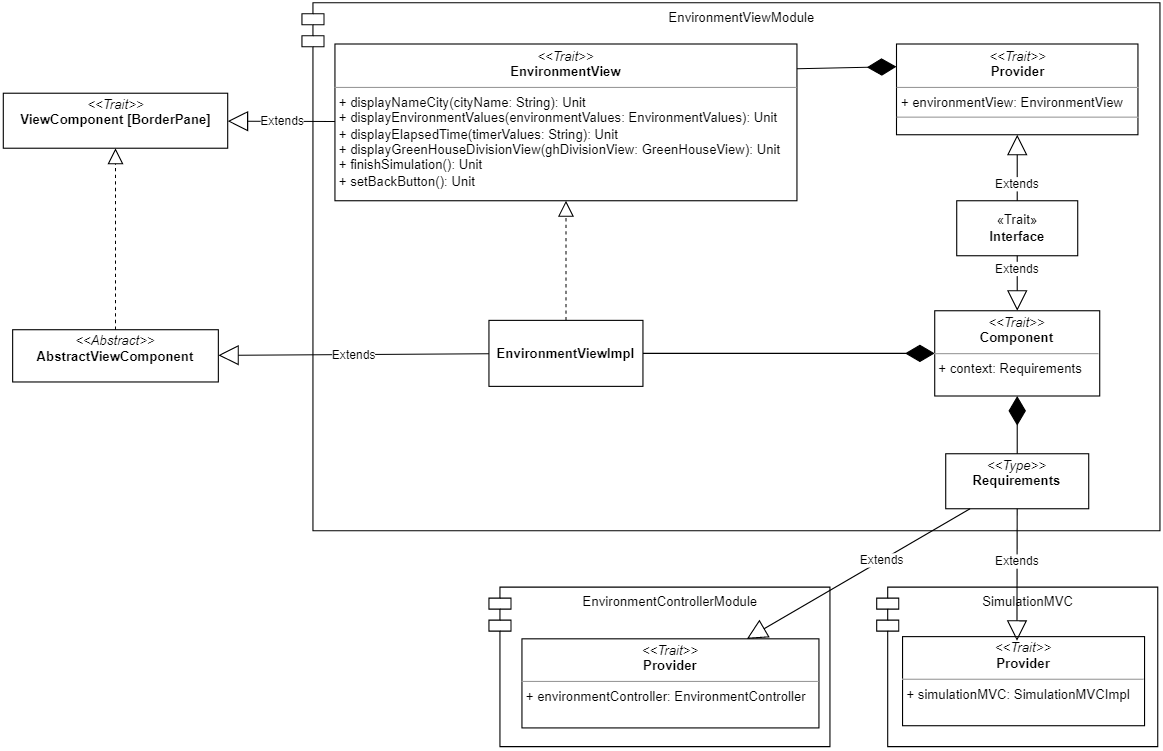
This is docs/img/environmentViewModule.png from AnnaVitali/PPS-22-smartgh, a draw.io export, as it was before one commit. Source tidied: cells renumbered, new cells last; positions are measured from the earlier drawing's top-left corner, leaving out a move shared by most shapes.
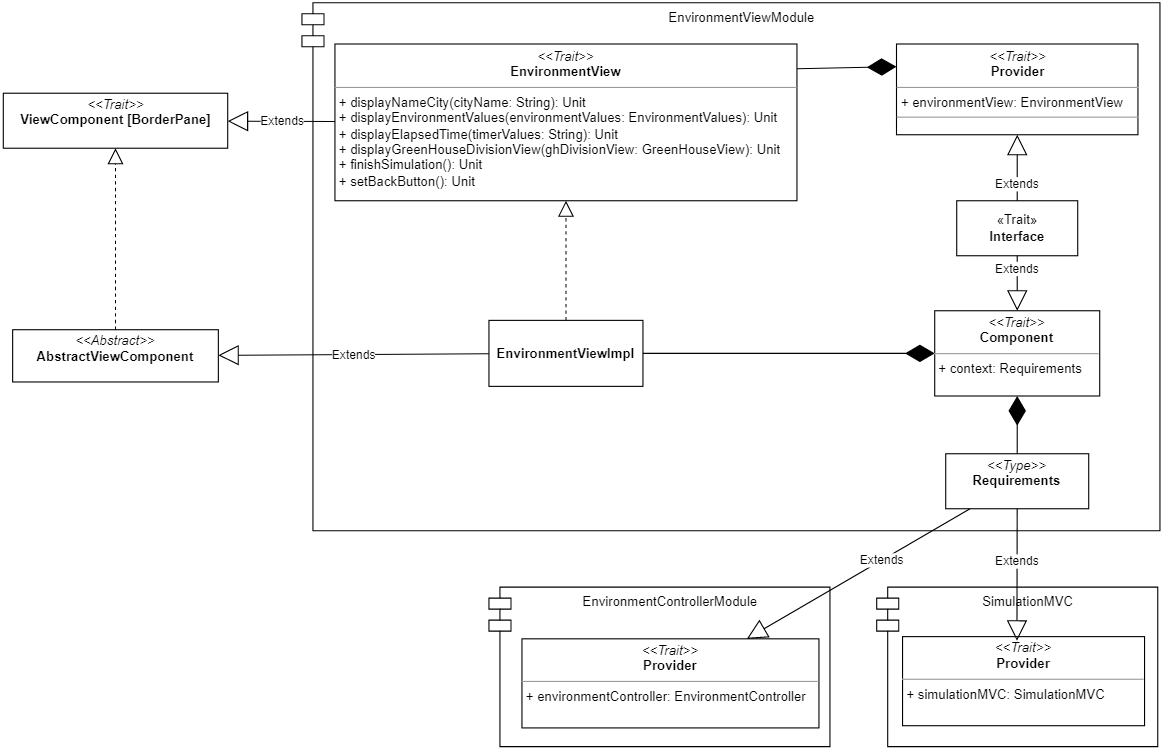
Above is the later version.

Change to the diagram source:
```diff
@@ -59,7 +59,7 @@
     <mxCell id="20" value="SimulationMVC" style="shape=module;align=left;spacingLeft=20;align=center;verticalAlign=top;fillColor=none;" parent="1" vertex="1">
       <mxGeometry x="794.5" y="531.2" width="255.5" height="145" as="geometry" />
     </mxCell>
-    <mxCell id="21" value="&lt;p style=&quot;margin:0px;margin-top:4px;text-align:center;&quot;&gt;&lt;i&gt;&amp;lt;&amp;lt;Trait&amp;gt;&amp;gt;&lt;/i&gt;&lt;br&gt;&lt;b&gt;Provider&lt;/b&gt;&lt;br&gt;&lt;/p&gt;&lt;hr size=&quot;1&quot;&gt;&lt;p style=&quot;margin:0px;margin-left:4px;&quot;&gt;+ simulationMVC: SimulationMVCImpl&lt;br&gt;&lt;/p&gt;" style="verticalAlign=top;align=left;overflow=fill;fontSize=12;fontFamily=Helvetica;html=1;fillColor=default;" parent="1" vertex="1">
+    <mxCell id="21" value="&lt;p style=&quot;margin:0px;margin-top:4px;text-align:center;&quot;&gt;&lt;i&gt;&amp;lt;&amp;lt;Trait&amp;gt;&amp;gt;&lt;/i&gt;&lt;br&gt;&lt;b&gt;Provider&lt;/b&gt;&lt;br&gt;&lt;/p&gt;&lt;hr size=&quot;1&quot;&gt;&lt;p style=&quot;margin:0px;margin-left:4px;&quot;&gt;+ simulationMVC: SimulationMVC&lt;br&gt;&lt;/p&gt;" style="verticalAlign=top;align=left;overflow=fill;fontSize=12;fontFamily=Helvetica;html=1;fillColor=default;" parent="1" vertex="1">
       <mxGeometry x="818" y="576.2" width="220" height="81" as="geometry" />
     </mxCell>
     <mxCell id="22" value="Extends" style="endArrow=block;endSize=16;endFill=0;html=1;rounded=0;" parent="1" edge="1" source="11">
```
